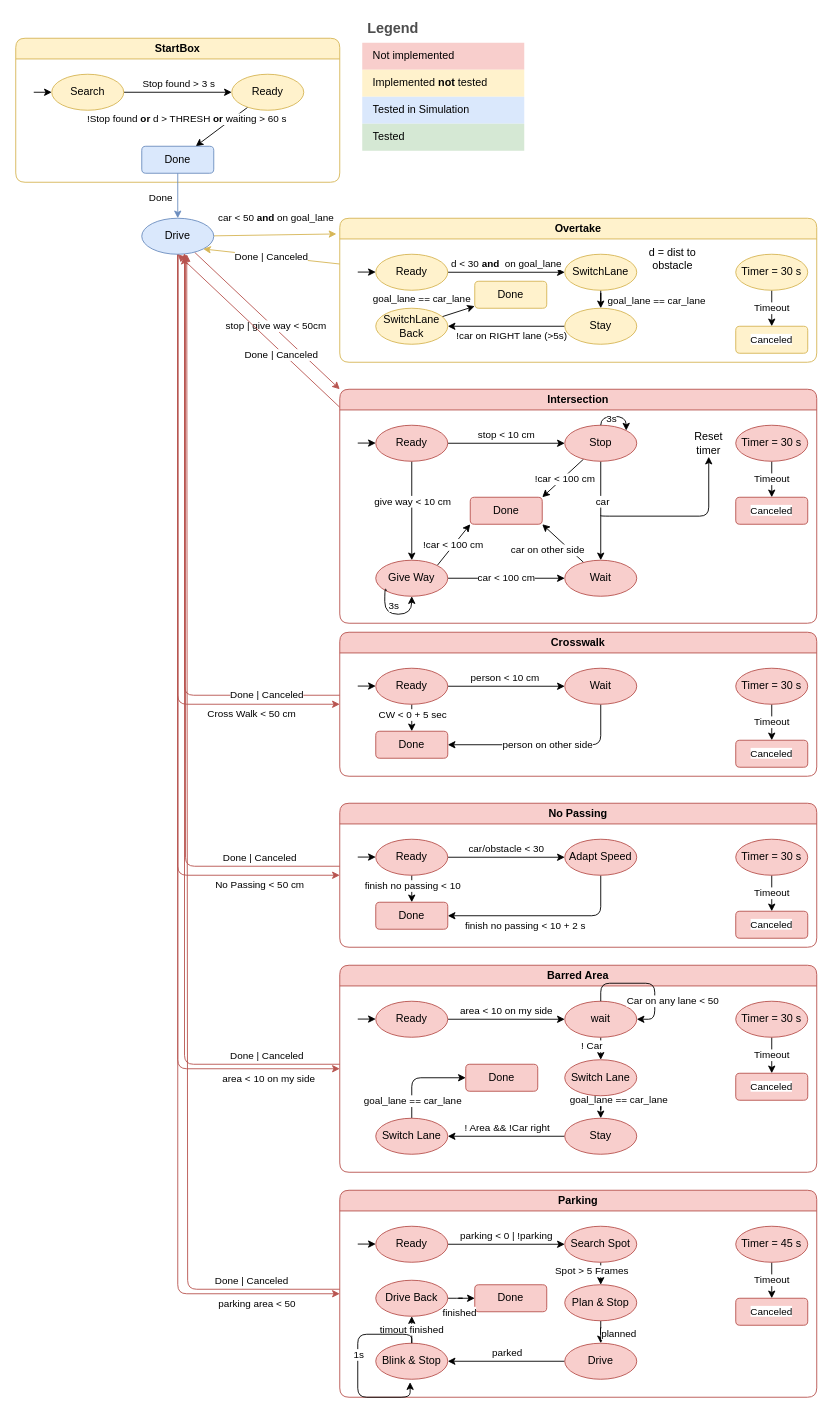
Earlier version of the draw.io diagram page "StateMachine" (2 of 2) of doc/state_machine.drawio (DHBW-Smart-Rollerz/state_machine). Source tidied: cells renumbered, new cells numbered last; positions are measured from the earlier drawing's top-left corner, leaving out a move shared by most shapes. Both pictures are drawn from the tidied source at 90%, with x=0, y=0 at pixel (15, 15).
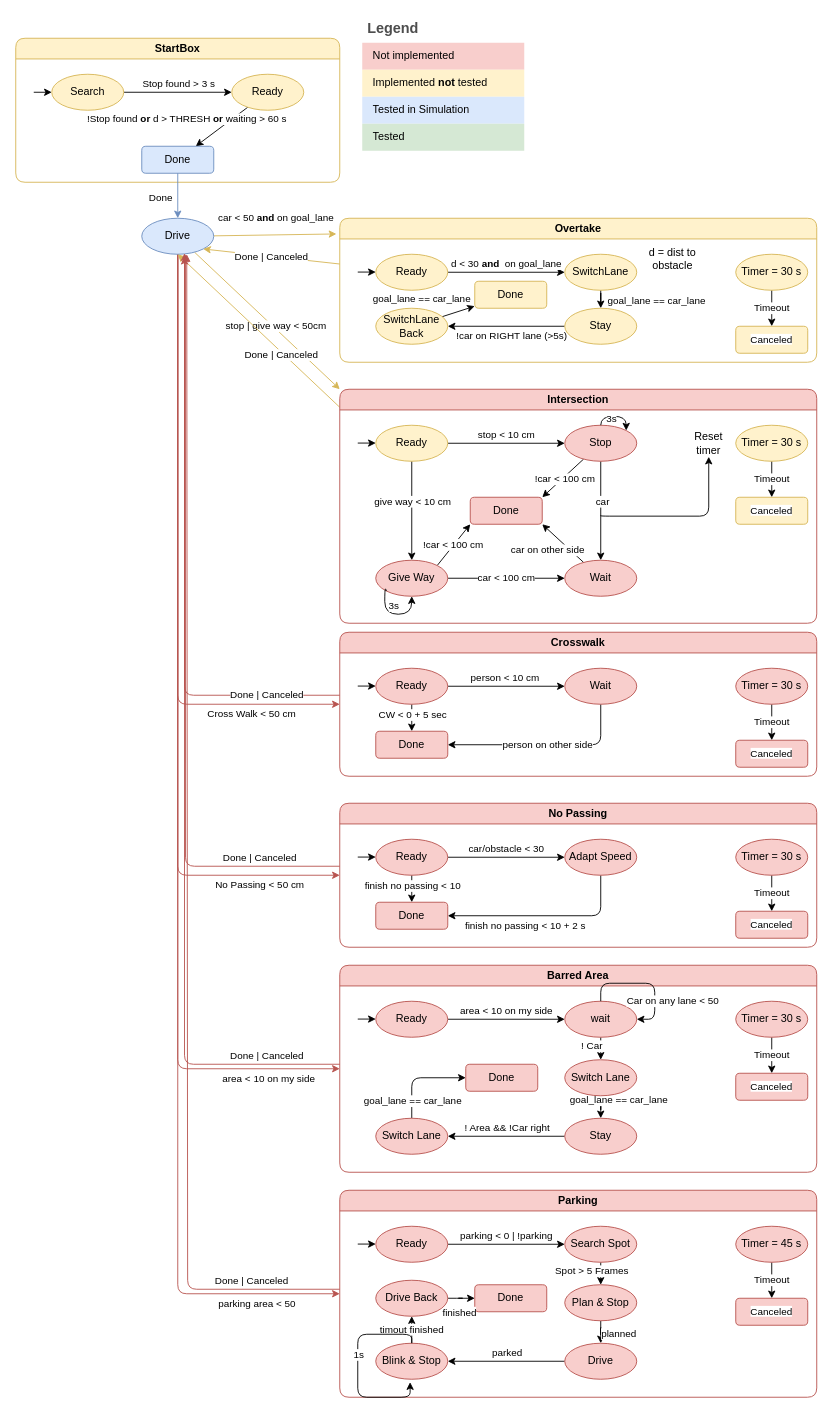
The same page after the edit.

Commit message (it also covers changes not shown here):
Added give way state

The change refers to these unchanged cells:
```xml
<mxCell id="22" value="Drive" style="ellipse;whiteSpace=wrap;html=1;rounded=1;fillColor=#dae8fc;strokeColor=#6c8ebf;" parent="1" vertex="1">
  <mxGeometry x="140" y="225" width="80" height="40" as="geometry" />
</mxCell>
<mxCell id="47" value="Intersection" style="swimlane;whiteSpace=wrap;html=1;rounded=1;fillColor=#f8cecc;strokeColor=#b85450;" parent="1" vertex="1">
  <mxGeometry x="360" y="415" width="530" height="260" as="geometry" />
</mxCell>
```

Change to the diagram source:
```diff
@@
-    <mxCell id="12" style="rounded=1;jettySize=auto;html=1;entryX=0;entryY=0;entryDx=0;entryDy=0;fillColor=#f8cecc;strokeColor=#b85450;" parent="1" edge="1" source="22" target="47">
+    <mxCell id="12" style="rounded=1;jettySize=auto;html=1;entryX=0;entryY=0;entryDx=0;entryDy=0;fillColor=#fff2cc;strokeColor=#d6b656;" parent="1" edge="1" source="22" target="47">
       <mxGeometry relative="1" as="geometry" />
     </mxCell>
@@
-    <mxCell id="45" style="rounded=1;jettySize=auto;html=1;entryX=0.5;entryY=1;entryDx=0;entryDy=0;exitX=0;exitY=0.077;exitDx=0;exitDy=0;exitPerimeter=0;fillColor=#f8cecc;strokeColor=#b85450;" parent="1" edge="1" source="47" target="22">
+    <mxCell id="45" style="rounded=1;jettySize=auto;html=1;entryX=0.5;entryY=1;entryDx=0;entryDy=0;exitX=0;exitY=0.077;exitDx=0;exitDy=0;exitPerimeter=0;fillColor=#fff2cc;strokeColor=#d6b656;" parent="1" edge="1" source="47" target="22">
       <mxGeometry relative="1" as="geometry" />
     </mxCell>
@@
-    <mxCell id="52" value="Ready" style="ellipse;whiteSpace=wrap;html=1;rounded=1;fillColor=#f8cecc;strokeColor=#b85450;" parent="47" vertex="1">
+    <mxCell id="52" value="Ready" style="ellipse;whiteSpace=wrap;html=1;rounded=1;fillColor=#fff2cc;strokeColor=#d6b656;" parent="47" vertex="1">
       <mxGeometry x="40" y="40" width="80" height="40" as="geometry" />
     </mxCell>
@@
-    <mxCell id="64" value="&lt;span style=&quot;font-size: 11px; text-wrap-mode: nowrap; background-color: rgb(255, 255, 255);&quot;&gt;Canceled&lt;/span&gt;" style="rounded=1;whiteSpace=wrap;html=1;fillColor=#f8cecc;strokeColor=#b85450;" parent="47" vertex="1">
+    <mxCell id="64" value="&lt;span style=&quot;font-size: 11px; text-wrap-mode: nowrap; background-color: rgb(255, 255, 255);&quot;&gt;Canceled&lt;/span&gt;" style="rounded=1;whiteSpace=wrap;html=1;fillColor=#fff2cc;strokeColor=#d6b656;" parent="47" vertex="1">
       <mxGeometry x="440" y="120" width="80" height="30" as="geometry" />
     </mxCell>
@@
-    <mxCell id="66" value="Timer = 30 s" style="ellipse;whiteSpace=wrap;html=1;rounded=1;fillColor=#f8cecc;strokeColor=#b85450;" parent="47" vertex="1">
+    <mxCell id="66" value="Timer = 30 s" style="ellipse;whiteSpace=wrap;html=1;rounded=1;fillColor=#fff2cc;strokeColor=#d6b656;" parent="47" vertex="1">
       <mxGeometry x="440" y="40" width="80" height="40" as="geometry" />
     </mxCell>
```
